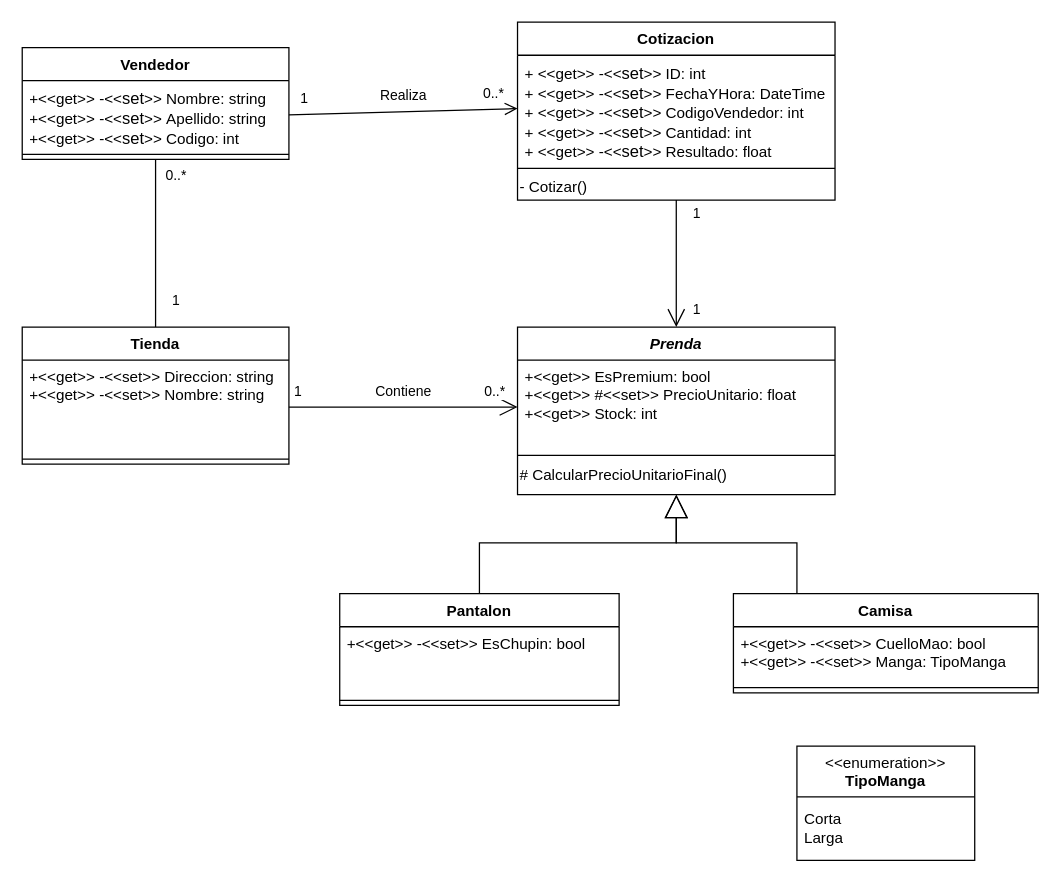
This is Diagramas/DiagramaModelo.drawio from santi9865/Tanodi-DesafioFinal, a draw.io file, before an edit. Source tidied: cells renumbered, new cells numbered last; positions are measured from the earlier drawing's top-left corner, leaving out a move shared by most shapes. Both pictures are drawn from the tidied source at 127%, with x=0, y=0 at pixel (22, 22).
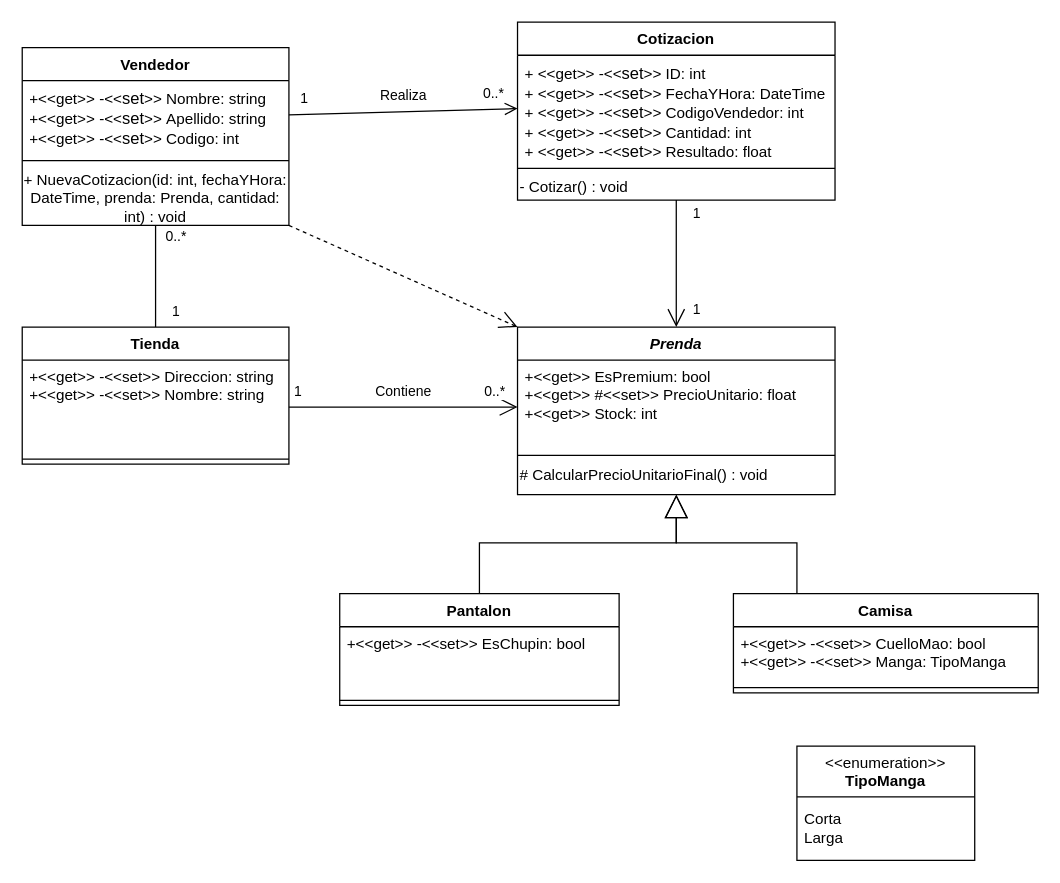
The same diagram, later.

The change refers to these unchanged cells:
```xml
<mxCell id="6" value="Cotizacion" style="swimlane;fontStyle=1;align=center;verticalAlign=top;horizontal=1;startSize=26;whiteSpace=wrap;html=1;" parent="1" vertex="1">
  <mxGeometry x="390" width="250" height="140" as="geometry" />
</mxCell>
<mxCell id="17" value="&lt;i&gt;Prenda&lt;/i&gt;" style="swimlane;fontStyle=1;align=center;verticalAlign=top;horizontal=1;startSize=26;whiteSpace=wrap;html=1;" parent="1" vertex="1">
  <mxGeometry x="390" y="240" width="250" height="132" as="geometry" />
</mxCell>
```

Change to the diagram source:
```diff
@@
     <mxCell id="2" value="Vendedor" style="swimlane;fontStyle=1;align=center;verticalAlign=top;horizontal=1;startSize=26;whiteSpace=wrap;html=1;" parent="1" vertex="1">
-      <mxGeometry y="20" width="210" height="88" as="geometry" />
+      <mxGeometry y="20" width="210" height="140" as="geometry" />
     </mxCell>
@@
     <mxCell id="5" style="line;strokeWidth=1;fillColor=none;align=left;verticalAlign=middle;spacingTop=-1;spacingLeft=3;spacingRight=3;labelPosition=right;strokeColor=inherit;" parent="2" vertex="1">
-      <mxGeometry y="80" width="210" height="8" as="geometry" />
+      <mxGeometry y="80" width="210" height="18" as="geometry" />
     </mxCell>
+    <mxCell id="41" value="+ NuevaCotizacion(id: int, fechaYHora: DateTime, prenda: Prenda, cantidad: int) : void" style="text;html=1;strokeColor=none;fillColor=none;align=center;verticalAlign=middle;whiteSpace=wrap;rounded=0;" parent="2" vertex="1">
+      <mxGeometry y="98" width="210" height="42" as="geometry" />
+    </mxCell>
@@
-    <mxCell id="9" value="- Cotizar()" style="text;html=1;align=left;verticalAlign=middle;strokeColor=none;fillColor=none;" parent="6" vertex="1">
+    <mxCell id="9" value="- Cotizar() : void" style="text;html=1;align=left;verticalAlign=middle;strokeColor=none;fillColor=none;" parent="6" vertex="1">
       <mxGeometry y="120" width="250" height="20" as="geometry" />
     </mxCell>
@@
-    <mxCell id="20" value="# CalcularPrecioUnitarioFinal()" style="text;html=1;align=left;verticalAlign=middle;strokeColor=none;fillColor=none;" parent="17" vertex="1">
+    <mxCell id="20" value="# CalcularPrecioUnitarioFinal() : void" style="text;html=1;align=left;verticalAlign=middle;strokeColor=none;fillColor=none;" parent="17" vertex="1">
       <mxGeometry y="102" width="250" height="30" as="geometry" />
     </mxCell>
@@
+    <mxCell id="42" style="endArrow=open;endSize=12;dashed=1;html=1;rounded=0;exitX=1;exitY=1;exitDx=0;exitDy=0;entryX=0;entryY=0;entryDx=0;entryDy=0;" parent="1" edge="1" source="41" target="17">
+      <mxGeometry relative="1" as="geometry" />
+    </mxCell>
```
